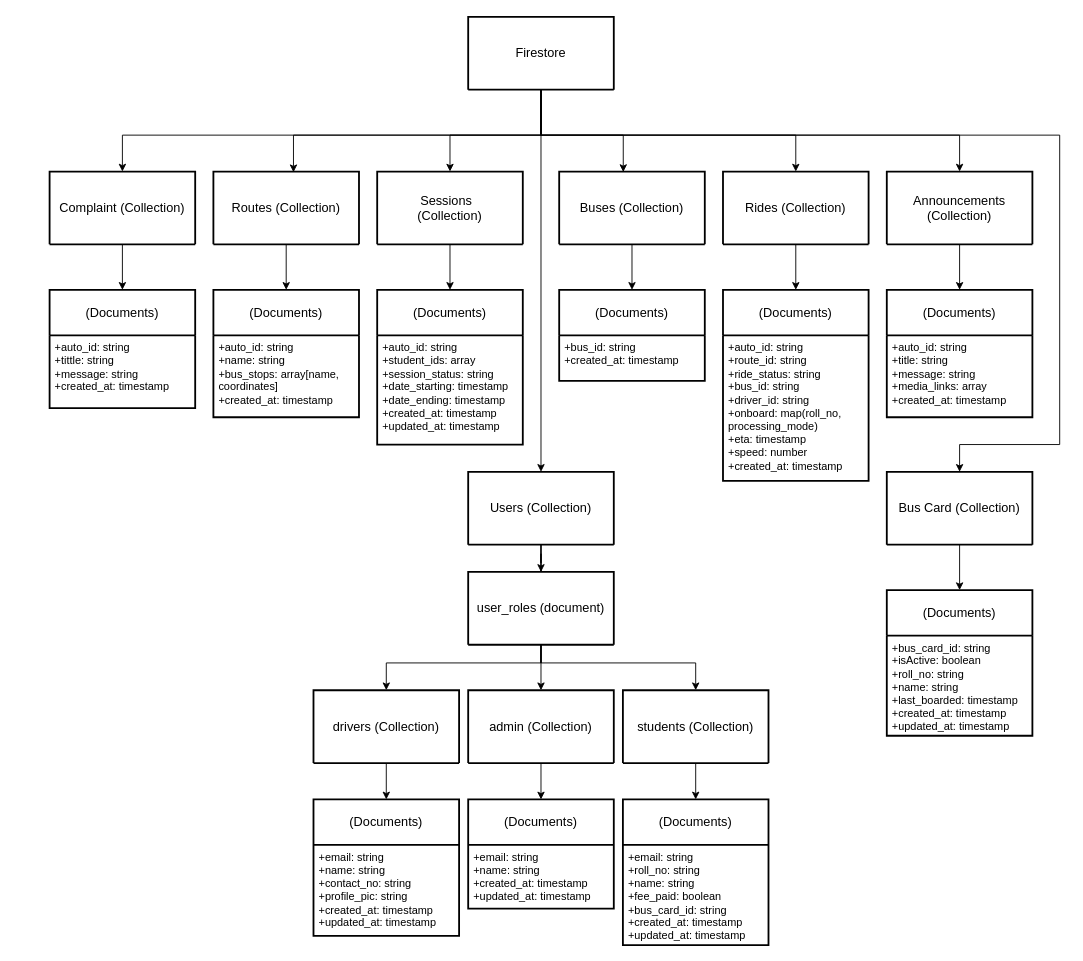
Above: NTU Ride Pilot/Documentation/Diagrams/Database Design/database.drawio in Abubakar-doc/FYP-24-SE-A-204 (draw.io), before the change. Source tidied: cells renumbered, new cells numbered last; positions are measured from the earlier drawing's top-left corner, leaving out a move shared by most shapes. Both pictures are drawn from the tidied source at 91%, with x=0, y=0 at pixel (49, 16).
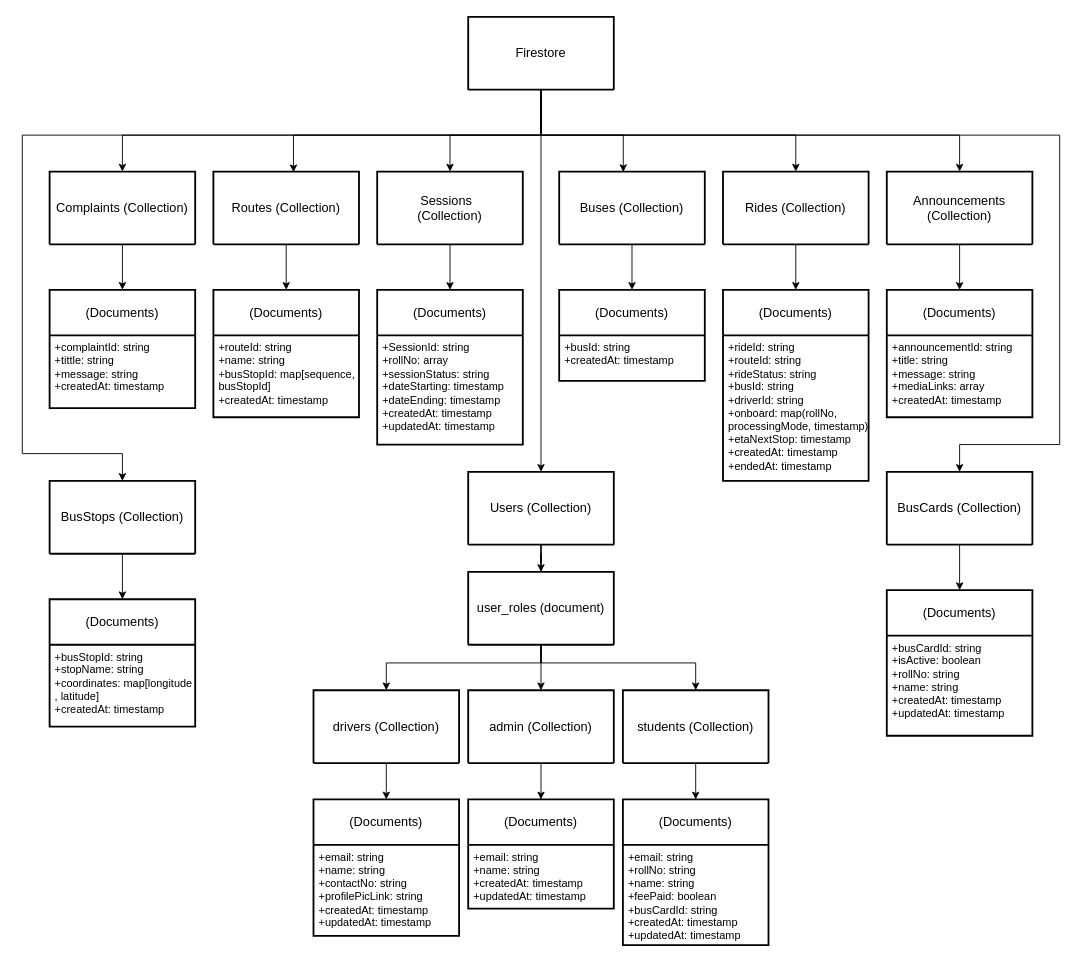
Above is the later version.

The change refers to these unchanged cells:
```xml
<mxCell id="2" value="(Documents)" style="swimlane;horizontal=1;startSize=50;rounded=0;fontSize=14;fontStyle=0;strokeWidth=2;shadow=0;dashed=0;align=center;arcSize=4;whiteSpace=wrap;html=1;" parent="1" vertex="1">
  <mxGeometry x="630" y="860" width="160" height="160" as="geometry" />
</mxCell>
<mxCell id="4" value="(Documents)" style="swimlane;horizontal=1;startSize=50;rounded=0;fontSize=14;fontStyle=0;strokeWidth=2;shadow=0;dashed=0;align=center;arcSize=4;whiteSpace=wrap;html=1;" parent="1" vertex="1">
  <mxGeometry x="290" y="860" width="160" height="150" as="geometry" />
</mxCell>
<mxCell id="6" value="(Documents)" style="swimlane;horizontal=1;startSize=50;rounded=0;fontSize=14;fontStyle=0;strokeWidth=2;shadow=0;dashed=0;align=center;arcSize=4;whiteSpace=wrap;html=1;" parent="1" vertex="1">
  <mxGeometry x="460" y="860" width="160" height="120" as="geometry" />
</mxCell>
<mxCell id="8" value="(Documents)" style="swimlane;horizontal=1;startSize=50;rounded=0;fontSize=14;fontStyle=0;strokeWidth=2;shadow=0;dashed=0;align=center;arcSize=4;whiteSpace=wrap;html=1;" parent="1" vertex="1">
  <mxGeometry x="560" y="300" width="160" height="100" as="geometry" />
</mxCell>
<mxCell id="10" value="(Documents)" style="swimlane;horizontal=1;startSize=50;rounded=0;fontSize=14;fontStyle=0;strokeWidth=2;shadow=0;dashed=0;align=center;arcSize=4;whiteSpace=wrap;html=1;" parent="1" vertex="1">
  <mxGeometry x="740" y="300" width="160" height="210" as="geometry" />
</mxCell>
<mxCell id="12" value="(Documents)" style="swimlane;horizontal=1;startSize=50;rounded=0;fontSize=14;fontStyle=0;strokeWidth=2;shadow=0;dashed=0;align=center;arcSize=4;whiteSpace=wrap;html=1;" parent="1" vertex="1">
  <mxGeometry x="180" y="300" width="160" height="140" as="geometry" />
</mxCell>
<mxCell id="14" value="(Documents)" style="swimlane;horizontal=1;startSize=50;rounded=0;fontSize=14;fontStyle=0;strokeWidth=2;shadow=0;dashed=0;align=center;arcSize=4;whiteSpace=wrap;html=1;" parent="1" vertex="1">
  <mxGeometry x="920" y="300" width="160" height="140" as="geometry" />
</mxCell>
<mxCell id="16" value="(Documents)" style="swimlane;horizontal=1;startSize=50;rounded=0;fontSize=14;fontStyle=0;strokeWidth=2;shadow=0;dashed=0;align=center;arcSize=4;whiteSpace=wrap;html=1;" parent="1" vertex="1">
  <mxGeometry x="360" y="300" width="160" height="170" as="geometry" />
</mxCell>
<mxCell id="24" value="Firestore" style="swimlane;horizontal=1;startSize=110;rounded=0;fontSize=14;fontStyle=0;strokeWidth=2;shadow=0;dashed=0;align=center;arcSize=4;whiteSpace=wrap;html=1;" parent="1" vertex="1">
  <mxGeometry x="460" width="160" height="80" as="geometry" />
</mxCell>
<mxCell id="64" value="(Documents)" style="swimlane;horizontal=1;startSize=50;rounded=0;fontSize=14;fontStyle=0;strokeWidth=2;shadow=0;dashed=0;align=center;arcSize=4;whiteSpace=wrap;html=1;" parent="1" vertex="1">
  <mxGeometry y="300" width="160" height="130" as="geometry" />
</mxCell>
<mxCell id="69" value="(Documents)" style="swimlane;horizontal=1;startSize=50;rounded=0;fontSize=14;fontStyle=0;strokeWidth=2;shadow=0;dashed=0;align=center;arcSize=4;whiteSpace=wrap;html=1;" parent="1" vertex="1">
  <mxGeometry x="920" y="630" width="160" height="160" as="geometry" />
</mxCell>
```

The edit, as a diff of the source:
```diff
@@
-    <mxCell id="3" value="&lt;div&gt;&lt;span style=&quot;background-color: transparent; color: light-dark(rgb(0, 0, 0), rgb(255, 255, 255));&quot;&gt;+email: string&lt;/span&gt;&lt;/div&gt;&lt;div&gt;+roll_no: string&lt;br&gt;&lt;/div&gt;&lt;div&gt;+&lt;span class=&quot;hljs-type&quot;&gt;name&lt;/span&gt;: string&lt;br&gt;      +fee_paid: &lt;span class=&quot;hljs-type&quot;&gt;boolean&amp;nbsp;&amp;nbsp;&lt;/span&gt;&lt;/div&gt;&lt;div&gt;&lt;span style=&quot;background-color: transparent; color: light-dark(rgb(0, 0, 0), rgb(255, 255, 255));&quot;&gt;+bus_card_id: string&lt;/span&gt;&lt;/div&gt;&lt;div&gt;+created_at: &lt;span class=&quot;hljs-type&quot;&gt;timestamp&lt;/span&gt;&lt;br&gt;      +updated_at: &lt;span class=&quot;hljs-type&quot;&gt;timestamp&lt;/span&gt;&lt;/div&gt;" style="align=left;strokeColor=none;fillColor=none;spacingLeft=4;fontSize=12;verticalAlign=top;html=1;" parent="2" vertex="1">
+    <mxCell id="3" value="&lt;div&gt;&lt;span style=&quot;background-color: transparent; color: light-dark(rgb(0, 0, 0), rgb(255, 255, 255));&quot;&gt;+email: string&lt;/span&gt;&lt;/div&gt;&lt;div&gt;+rollNo: string&lt;br&gt;&lt;/div&gt;&lt;div&gt;+&lt;span class=&quot;hljs-type&quot;&gt;name&lt;/span&gt;: string&lt;br&gt;      +feePaid: &lt;span class=&quot;hljs-type&quot;&gt;boolean&amp;nbsp;&amp;nbsp;&lt;/span&gt;&lt;/div&gt;&lt;div&gt;&lt;span style=&quot;background-color: transparent; color: light-dark(rgb(0, 0, 0), rgb(255, 255, 255));&quot;&gt;+busCardId: string&lt;/span&gt;&lt;/div&gt;&lt;div&gt;+createdAt: &lt;span class=&quot;hljs-type&quot;&gt;timestamp&lt;/span&gt;&lt;br&gt;      +updatedAt: &lt;span class=&quot;hljs-type&quot;&gt;timestamp&lt;/span&gt;&lt;/div&gt;" style="align=left;strokeColor=none;fillColor=none;spacingLeft=4;fontSize=12;verticalAlign=top;html=1;" parent="2" vertex="1">
       <mxGeometry y="50" width="160" height="110" as="geometry" />
     </mxCell>
@@
-    <mxCell id="5" value="&lt;div&gt;+&lt;span style=&quot;background-color: transparent; color: light-dark(rgb(0, 0, 0), rgb(255, 255, 255));&quot;&gt;email: string&lt;/span&gt;&lt;/div&gt;&lt;div&gt;+&lt;span class=&quot;hljs-type&quot;&gt;name&lt;/span&gt;: string&lt;br&gt;      +contact_no: string&lt;br&gt;      +profile_pic: string&lt;br&gt;      +created_at: &lt;span class=&quot;hljs-type&quot;&gt;timestamp&lt;/span&gt;&lt;br&gt;      +updated_at: &lt;span class=&quot;hljs-type&quot;&gt;timestamp&lt;/span&gt;&lt;/div&gt;" style="align=left;strokeColor=none;fillColor=none;spacingLeft=4;fontSize=12;verticalAlign=top;html=1;" parent="4" vertex="1">
+    <mxCell id="5" value="&lt;div&gt;+&lt;span style=&quot;background-color: transparent; color: light-dark(rgb(0, 0, 0), rgb(255, 255, 255));&quot;&gt;email: string&lt;/span&gt;&lt;/div&gt;&lt;div&gt;+&lt;span class=&quot;hljs-type&quot;&gt;name&lt;/span&gt;: string&lt;br&gt;      +contactNo: string&lt;br&gt;      +profilePicLink: string&lt;br&gt;      +createdAt: &lt;span class=&quot;hljs-type&quot;&gt;timestamp&lt;/span&gt;&lt;br&gt;      +updatedAt: &lt;span class=&quot;hljs-type&quot;&gt;timestamp&lt;/span&gt;&lt;/div&gt;" style="align=left;strokeColor=none;fillColor=none;spacingLeft=4;fontSize=12;verticalAlign=top;html=1;" parent="4" vertex="1">
       <mxGeometry y="50" width="160" height="100" as="geometry" />
     </mxCell>
@@
-    <mxCell id="7" value="&lt;div&gt;+email: string&lt;br&gt;&lt;/div&gt;&lt;div&gt;+&lt;span class=&quot;hljs-type&quot;&gt;name&lt;/span&gt;: string&lt;br&gt;      +created_at: &lt;span class=&quot;hljs-type&quot;&gt;timestamp&lt;/span&gt;&lt;br&gt;      +updated_at: &lt;span class=&quot;hljs-type&quot;&gt;timestamp&lt;/span&gt;&lt;br&gt;&lt;/div&gt;" style="align=left;strokeColor=none;fillColor=none;spacingLeft=4;fontSize=12;verticalAlign=top;html=1;" parent="6" vertex="1">
+    <mxCell id="7" value="&lt;div&gt;+email: string&lt;br&gt;&lt;/div&gt;&lt;div&gt;+&lt;span class=&quot;hljs-type&quot;&gt;name&lt;/span&gt;: string&lt;br&gt;      +createdAt: &lt;span class=&quot;hljs-type&quot;&gt;timestamp&lt;/span&gt;&lt;br&gt;      +updatedAt: &lt;span class=&quot;hljs-type&quot;&gt;timestamp&lt;/span&gt;&lt;br&gt;&lt;/div&gt;" style="align=left;strokeColor=none;fillColor=none;spacingLeft=4;fontSize=12;verticalAlign=top;html=1;" parent="6" vertex="1">
       <mxGeometry y="50" width="160" height="70" as="geometry" />
     </mxCell>
@@
-    <mxCell id="9" value="&lt;div&gt;&lt;span style=&quot;background-color: transparent; color: light-dark(rgb(0, 0, 0), rgb(255, 255, 255));&quot;&gt;+bus_id: string&lt;/span&gt;&lt;/div&gt;&lt;div&gt;      +created_at: &lt;span class=&quot;hljs-type&quot;&gt;timestamp&lt;/span&gt;&lt;/div&gt;" style="align=left;strokeColor=none;fillColor=none;spacingLeft=4;fontSize=12;verticalAlign=top;html=1;rounded=0;" parent="8" vertex="1">
+    <mxCell id="9" value="&lt;div&gt;&lt;span style=&quot;background-color: transparent; color: light-dark(rgb(0, 0, 0), rgb(255, 255, 255));&quot;&gt;+busId: string&lt;/span&gt;&lt;/div&gt;&lt;div&gt;      +createdAt: &lt;span class=&quot;hljs-type&quot;&gt;timestamp&lt;/span&gt;&lt;/div&gt;" style="align=left;strokeColor=none;fillColor=none;spacingLeft=4;fontSize=12;verticalAlign=top;html=1;rounded=0;" parent="8" vertex="1">
       <mxGeometry y="50" width="160" height="50" as="geometry" />
     </mxCell>
@@
-    <mxCell id="11" value="&lt;div&gt;+auto_id: string&lt;/div&gt;&lt;div&gt;+route_id: string&lt;/div&gt;&lt;div&gt;+ride_status: string&lt;br&gt;      +bus_id: string&lt;br&gt;      +driver_id: string&lt;br&gt;      +onboard: &lt;span class=&quot;hljs-keyword&quot;&gt;map(roll_no,&amp;nbsp;&lt;/span&gt;&lt;/div&gt;&lt;div&gt;&lt;span class=&quot;hljs-keyword&quot;&gt;processing_mode)&lt;/span&gt;&lt;br&gt;      +eta: &lt;span class=&quot;hljs-type&quot;&gt;timestamp&lt;/span&gt;&lt;br&gt;      +speed: number&lt;br&gt;      +created_at: &lt;span class=&quot;hljs-type&quot;&gt;timestamp&lt;/span&gt;&lt;br&gt;&lt;/div&gt;" style="align=left;strokeColor=none;fillColor=none;spacingLeft=4;fontSize=12;verticalAlign=top;html=1;rounded=0;" parent="10" vertex="1">
+    <mxCell id="11" value="&lt;div&gt;+rideId: string&lt;/div&gt;&lt;div&gt;+routeId: string&lt;/div&gt;&lt;div&gt;+rideStatus: string&lt;br&gt;      +busId: string&lt;br&gt;      +driverId: string&lt;br&gt;      +onboard: &lt;span class=&quot;hljs-keyword&quot;&gt;map(rollNo,&amp;nbsp;&lt;/span&gt;&lt;/div&gt;&lt;div&gt;&lt;span class=&quot;hljs-keyword&quot;&gt;processingMode, timestamp)&lt;/span&gt;&lt;br&gt;      +etaNextStop: &lt;span class=&quot;hljs-type&quot;&gt;timestamp&lt;/span&gt;&lt;br&gt;      +createdAt: &lt;span class=&quot;hljs-type&quot;&gt;timestamp&lt;/span&gt;&lt;/div&gt;+endedAt:&amp;nbsp;&lt;span class=&quot;hljs-type&quot;&gt;timestamp&lt;/span&gt;" style="align=left;strokeColor=none;fillColor=none;spacingLeft=4;fontSize=12;verticalAlign=top;html=1;rounded=0;" parent="10" vertex="1">
       <mxGeometry y="50" width="160" height="160" as="geometry" />
     </mxCell>
@@
-    <mxCell id="13" value="&lt;div&gt;&lt;div&gt;+auto_id: string&lt;/div&gt;&lt;div&gt;&lt;div&gt;+name: string&lt;/div&gt;&lt;/div&gt;&lt;/div&gt;&lt;div&gt;+bus_stops: &lt;span class=&quot;hljs-keyword&quot;&gt;array[name,&lt;/span&gt;&lt;/div&gt;&lt;div&gt;&lt;span class=&quot;hljs-keyword&quot;&gt;coordinates]&lt;/span&gt;&lt;/div&gt;&lt;div&gt;      +created_at: &lt;span class=&quot;hljs-type&quot;&gt;timestamp&lt;/span&gt;&lt;/div&gt;" style="align=left;strokeColor=none;fillColor=none;spacingLeft=4;fontSize=12;verticalAlign=top;html=1;rounded=0;" parent="12" vertex="1">
+    <mxCell id="13" value="&lt;div&gt;&lt;div&gt;+routeId: string&lt;/div&gt;&lt;div&gt;&lt;div&gt;+name: string&lt;/div&gt;&lt;/div&gt;&lt;/div&gt;&lt;div&gt;+busStopId: map[sequence,&lt;/div&gt;&lt;div&gt;busStopId]&lt;/div&gt;&lt;div&gt;      +createdAt: &lt;span class=&quot;hljs-type&quot;&gt;timestamp&lt;/span&gt;&lt;/div&gt;" style="align=left;strokeColor=none;fillColor=none;spacingLeft=4;fontSize=12;verticalAlign=top;html=1;rounded=0;" parent="12" vertex="1">
       <mxGeometry y="50" width="160" height="90" as="geometry" />
     </mxCell>
@@
-    <mxCell id="15" value="&lt;div&gt;+auto_id: string&lt;/div&gt;&lt;div&gt;+title: string&lt;br&gt;      +message: string&lt;br&gt;      +media_links: &lt;span class=&quot;hljs-keyword&quot;&gt;array&lt;/span&gt;&lt;br&gt;      +created_at: &lt;span class=&quot;hljs-type&quot;&gt;timestamp&lt;/span&gt;&lt;/div&gt;" style="align=left;strokeColor=none;fillColor=none;spacingLeft=4;fontSize=12;verticalAlign=top;html=1;rounded=0;" parent="14" vertex="1">
+    <mxCell id="15" value="&lt;div&gt;+announcementId: string&lt;/div&gt;&lt;div&gt;+title: string&lt;br&gt;      +message: string&lt;br&gt;      +mediaLinks: &lt;span class=&quot;hljs-keyword&quot;&gt;array&lt;/span&gt;&lt;br&gt;      +createdAt: &lt;span class=&quot;hljs-type&quot;&gt;timestamp&lt;/span&gt;&lt;/div&gt;" style="align=left;strokeColor=none;fillColor=none;spacingLeft=4;fontSize=12;verticalAlign=top;html=1;rounded=0;" parent="14" vertex="1">
       <mxGeometry y="50" width="160" height="90" as="geometry" />
     </mxCell>
@@
-    <mxCell id="17" value="&lt;div&gt;+auto_id: string&lt;/div&gt;&lt;div&gt;+student_ids:&amp;nbsp;&lt;span class=&quot;hljs-keyword&quot;&gt;array&lt;/span&gt;&lt;/div&gt;&lt;div&gt;+session_status: &lt;span class=&quot;hljs-keyword&quot;&gt;string&lt;/span&gt;&lt;/div&gt;&lt;div&gt;      +date_starting: &lt;span class=&quot;hljs-type&quot;&gt;timestamp&lt;/span&gt;&lt;br&gt;      +date_ending: &lt;span class=&quot;hljs-type&quot;&gt;timestamp&lt;/span&gt;&lt;br&gt;      +created_at: &lt;span class=&quot;hljs-type&quot;&gt;timestamp&lt;/span&gt;&lt;/div&gt;+updated_at:&amp;nbsp;&lt;span class=&quot;hljs-type&quot;&gt;timestamp&lt;/span&gt;" style="align=left;strokeColor=none;fillColor=none;spacingLeft=4;fontSize=12;verticalAlign=top;html=1;rounded=0;" parent="16" vertex="1">
+    <mxCell id="17" value="&lt;div&gt;+SessionId: string&lt;/div&gt;&lt;div&gt;+rollNo:&amp;nbsp;&lt;span class=&quot;hljs-keyword&quot;&gt;array&lt;/span&gt;&lt;/div&gt;&lt;div&gt;+sessionStatus: &lt;span class=&quot;hljs-keyword&quot;&gt;string&lt;/span&gt;&lt;/div&gt;&lt;div&gt;      +dateStarting: &lt;span class=&quot;hljs-type&quot;&gt;timestamp&lt;/span&gt;&lt;br&gt;      +dateEnding: &lt;span class=&quot;hljs-type&quot;&gt;timestamp&lt;/span&gt;&lt;br&gt;      +createdAt: &lt;span class=&quot;hljs-type&quot;&gt;timestamp&lt;/span&gt;&lt;/div&gt;+updatedAt:&amp;nbsp;&lt;span class=&quot;hljs-type&quot;&gt;timestamp&amp;nbsp;&lt;/span&gt;" style="align=left;strokeColor=none;fillColor=none;spacingLeft=4;fontSize=12;verticalAlign=top;html=1;rounded=0;" parent="16" vertex="1">
       <mxGeometry y="50" width="160" height="120" as="geometry" />
     </mxCell>
@@
+    <mxCell id="71" style="edgeStyle=orthogonalEdgeStyle;rounded=0;jettySize=auto;html=1;entryX=0.5;entryY=0;entryDx=0;entryDy=0;" parent="1" edge="1" source="24" target="75">
+      <mxGeometry relative="1" as="geometry">
+        <Array as="points">
+          <mxPoint x="540" y="130" />
+          <mxPoint x="-30" y="130" />
+          <mxPoint x="-30" y="480" />
+          <mxPoint x="80" y="480" />
+        </Array>
+      </mxGeometry>
+    </mxCell>
@@
-    <mxCell id="62" value="Complaint (Collection)" style="swimlane;horizontal=1;startSize=110;rounded=1;fontSize=14;fontStyle=0;strokeWidth=2;shadow=0;dashed=0;align=center;arcSize=4;whiteSpace=wrap;html=1;" parent="1" vertex="1">
+    <mxCell id="62" value="Complaints (Collection)" style="swimlane;horizontal=1;startSize=110;rounded=1;fontSize=14;fontStyle=0;strokeWidth=2;shadow=0;dashed=0;align=center;arcSize=4;whiteSpace=wrap;html=1;" parent="1" vertex="1">
       <mxGeometry y="170" width="160" height="80" as="geometry" />
     </mxCell>
@@
-    <mxCell id="65" value="&lt;div&gt;+auto_id: string&lt;/div&gt;&lt;div&gt;+tittle: string&lt;/div&gt;&lt;div&gt;+message: string&lt;/div&gt;&lt;div&gt;      +created_at: &lt;span class=&quot;hljs-type&quot;&gt;timestamp&lt;/span&gt;&lt;/div&gt;" style="align=left;strokeColor=none;fillColor=none;spacingLeft=4;fontSize=12;verticalAlign=top;html=1;rounded=0;" parent="64" vertex="1">
+    <mxCell id="65" value="&lt;div&gt;+complaintId: string&lt;/div&gt;&lt;div&gt;+tittle: string&lt;/div&gt;&lt;div&gt;+message: string&lt;/div&gt;&lt;div&gt;      +createdAt: &lt;span class=&quot;hljs-type&quot;&gt;timestamp&lt;/span&gt;&lt;/div&gt;" style="align=left;strokeColor=none;fillColor=none;spacingLeft=4;fontSize=12;verticalAlign=top;html=1;rounded=0;" parent="64" vertex="1">
       <mxGeometry y="50" width="160" height="80" as="geometry" />
     </mxCell>
@@
-    <mxCell id="67" value="Bus Card (Collection)" style="swimlane;horizontal=1;startSize=110;rounded=1;fontSize=14;fontStyle=0;strokeWidth=2;shadow=0;dashed=0;align=center;arcSize=4;whiteSpace=wrap;html=1;" parent="1" vertex="1">
+    <mxCell id="67" value="BusCards (Collection)" style="swimlane;horizontal=1;startSize=110;rounded=1;fontSize=14;fontStyle=0;strokeWidth=2;shadow=0;dashed=0;align=center;arcSize=4;whiteSpace=wrap;html=1;" parent="1" vertex="1">
       <mxGeometry x="920" y="500" width="160" height="80" as="geometry" />
     </mxCell>
@@
-    <mxCell id="70" value="&lt;div&gt;&lt;span style=&quot;background-color: transparent; color: light-dark(rgb(0, 0, 0), rgb(255, 255, 255));&quot;&gt;+bus_card_id: string&lt;/span&gt;&lt;br&gt;&lt;/div&gt;&lt;div&gt;      +isActive: boolean&lt;/div&gt;+roll_no: string&amp;nbsp;&lt;div&gt;+name: string&lt;/div&gt;+last_boarded:&amp;nbsp;&lt;span class=&quot;hljs-type&quot;&gt;timestamp&lt;/span&gt;&lt;span style=&quot;background-color: transparent; color: light-dark(rgb(0, 0, 0), rgb(255, 255, 255));&quot;&gt;&amp;nbsp;&lt;/span&gt;&lt;div&gt;+created_at: &lt;span class=&quot;hljs-type&quot;&gt;timestamp&lt;/span&gt;&lt;br&gt;      +updated_at: &lt;span class=&quot;hljs-type&quot;&gt;timestamp&lt;/span&gt;&lt;/div&gt;" style="align=left;strokeColor=none;fillColor=none;spacingLeft=4;fontSize=12;verticalAlign=top;html=1;" parent="69" vertex="1">
+    <mxCell id="70" value="&lt;div&gt;&lt;span style=&quot;background-color: transparent; color: light-dark(rgb(0, 0, 0), rgb(255, 255, 255));&quot;&gt;+busCardId: string&lt;/span&gt;&lt;br&gt;&lt;/div&gt;&lt;div&gt;      +isActive: boolean&lt;/div&gt;+rollNo: string&amp;nbsp;&lt;div&gt;+name: string&lt;/div&gt;&lt;div&gt;+createdAt: &lt;span class=&quot;hljs-type&quot;&gt;timestamp&lt;/span&gt;&lt;br&gt;      +updatedAt: &lt;span class=&quot;hljs-type&quot;&gt;timestamp&lt;/span&gt;&lt;/div&gt;" style="align=left;strokeColor=none;fillColor=none;spacingLeft=4;fontSize=12;verticalAlign=top;html=1;" parent="69" vertex="1">
       <mxGeometry y="50" width="160" height="110" as="geometry" />
     </mxCell>
+    <mxCell id="72" value="(Documents)" style="swimlane;horizontal=1;startSize=50;rounded=0;fontSize=14;fontStyle=0;strokeWidth=2;shadow=0;dashed=0;align=center;arcSize=4;whiteSpace=wrap;html=1;" parent="1" vertex="1">
+      <mxGeometry y="640" width="160" height="140" as="geometry" />
+    </mxCell>
+    <mxCell id="73" value="&lt;div&gt;&lt;div&gt;+busStopId: string&lt;/div&gt;&lt;div&gt;&lt;div&gt;+stopName: string&lt;/div&gt;&lt;/div&gt;&lt;/div&gt;&lt;div&gt;+&lt;span style=&quot;background-color: transparent; color: light-dark(rgb(0, 0, 0), rgb(255, 255, 255));&quot;&gt;coordinates: map[longitude&lt;/span&gt;&lt;/div&gt;&lt;div&gt;&lt;span style=&quot;background-color: transparent; color: light-dark(rgb(0, 0, 0), rgb(255, 255, 255));&quot;&gt;, latitude]&lt;/span&gt;&lt;/div&gt;&lt;div&gt;      +createdAt: &lt;span class=&quot;hljs-type&quot;&gt;timestamp&lt;/span&gt;&lt;/div&gt;" style="align=left;strokeColor=none;fillColor=none;spacingLeft=4;fontSize=12;verticalAlign=top;html=1;rounded=0;" parent="72" vertex="1">
+      <mxGeometry y="50" width="160" height="90" as="geometry" />
+    </mxCell>
+    <mxCell id="74" style="edgeStyle=orthogonalEdgeStyle;rounded=0;jettySize=auto;html=1;" parent="1" edge="1" source="75" target="72">
+      <mxGeometry relative="1" as="geometry" />
+    </mxCell>
+    <mxCell id="75" value="BusStops (Collection)" style="swimlane;horizontal=1;startSize=110;rounded=1;fontSize=14;fontStyle=0;strokeWidth=2;shadow=0;dashed=0;align=center;arcSize=4;whiteSpace=wrap;html=1;" parent="1" vertex="1">
+      <mxGeometry y="510" width="160" height="80" as="geometry" />
+    </mxCell>
+    <mxCell id="76" value="&lt;div&gt;&lt;br&gt;&lt;/div&gt;" style="align=left;strokeColor=none;fillColor=none;spacingLeft=4;fontSize=12;verticalAlign=top;html=1;" parent="75" vertex="1">
+      <mxGeometry y="80" width="160" as="geometry" />
+    </mxCell>
```
